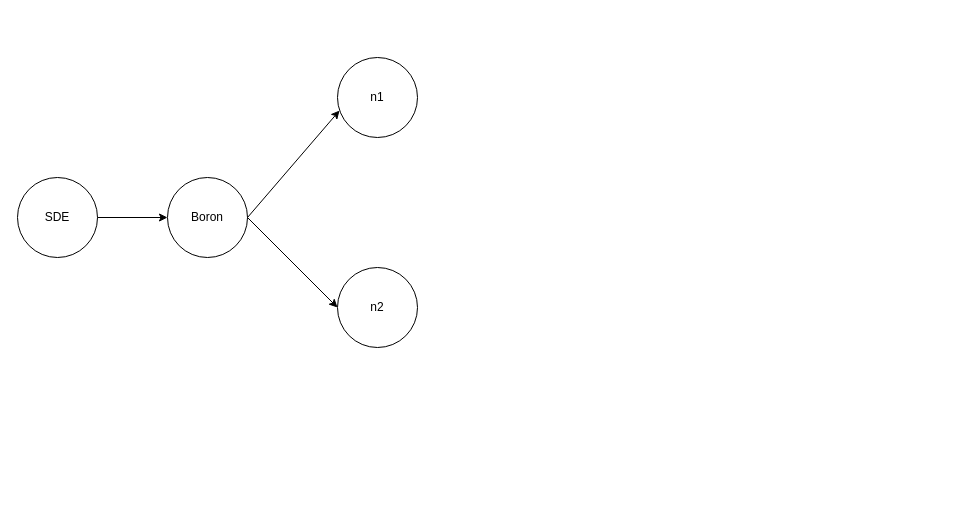
Before: 未命名绘图.drawio in zhangtaohbwh/common, a draw.io diagram. Source tidied: cells renumbered, new cells numbered last; positions are measured from the earlier drawing's top-left corner, leaving out a move shared by most shapes. Both pictures are drawn from the tidied source at 100%, with x=0, y=0 at pixel (17, 57).
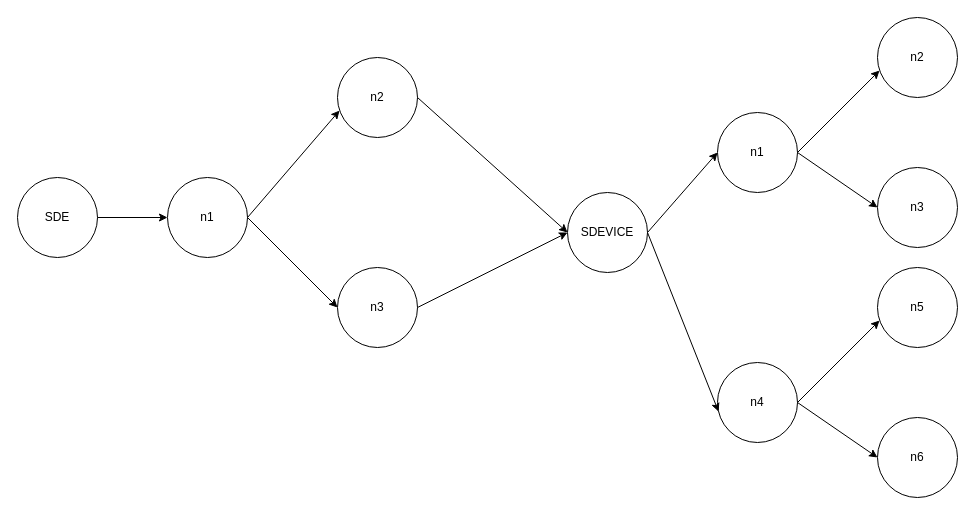
The same page after the edit.

Commit message:
更新未命名绘图.drawio

Change to the diagram source:
```diff
@@
-    <mxCell id="3" value="Boron" style="ellipse;whiteSpace=wrap;html=1;" parent="1" vertex="1">
+    <mxCell id="3" value="n1" style="ellipse;whiteSpace=wrap;html=1;" parent="1" vertex="1">
       <mxGeometry x="150" y="120" width="80" height="80" as="geometry" />
     </mxCell>
-    <mxCell id="4" value="n1" style="ellipse;whiteSpace=wrap;html=1;" parent="1" vertex="1">
+    <mxCell id="4" value="n2" style="ellipse;whiteSpace=wrap;html=1;" parent="1" vertex="1">
       <mxGeometry x="320" width="80" height="80" as="geometry" />
     </mxCell>
-    <mxCell id="5" value="n2" style="ellipse;whiteSpace=wrap;html=1;" parent="1" vertex="1">
+    <mxCell id="5" value="n3" style="ellipse;whiteSpace=wrap;html=1;" parent="1" vertex="1">
       <mxGeometry x="320" y="210" width="80" height="80" as="geometry" />
     </mxCell>
@@
+    <mxCell id="9" value="SDEVICE" style="ellipse;whiteSpace=wrap;html=1;" parent="1" vertex="1">
+      <mxGeometry x="550" y="135" width="80" height="80" as="geometry" />
+    </mxCell>
+    <mxCell id="10" value="n1" style="ellipse;whiteSpace=wrap;html=1;" parent="1" vertex="1">
+      <mxGeometry x="700" y="55" width="80" height="80" as="geometry" />
+    </mxCell>
+    <mxCell id="11" value="n2" style="ellipse;whiteSpace=wrap;html=1;" parent="1" vertex="1">
+      <mxGeometry x="860" y="-40" width="80" height="80" as="geometry" />
+    </mxCell>
+    <mxCell id="12" value="n3" style="ellipse;whiteSpace=wrap;html=1;" parent="1" vertex="1">
+      <mxGeometry x="860" y="110" width="80" height="80" as="geometry" />
+    </mxCell>
+    <mxCell id="13" style="endArrow=classic;html=1;rounded=0;exitX=1;exitY=0.5;exitDx=0;exitDy=0;entryX=0;entryY=0.5;entryDx=0;entryDy=0;" parent="1" edge="1" source="9" target="10">
+      <mxGeometry relative="1" as="geometry" />
+    </mxCell>
+    <mxCell id="14" style="endArrow=classic;html=1;rounded=0;entryX=0.025;entryY=0.663;entryDx=0;entryDy=0;entryPerimeter=0;exitX=1;exitY=0.5;exitDx=0;exitDy=0;" parent="1" edge="1" source="10" target="11">
+      <mxGeometry relative="1" as="geometry" />
+    </mxCell>
+    <mxCell id="15" style="endArrow=classic;html=1;rounded=0;entryX=0;entryY=0.5;entryDx=0;entryDy=0;exitX=1;exitY=0.5;exitDx=0;exitDy=0;" parent="1" edge="1" source="10" target="12">
+      <mxGeometry relative="1" as="geometry" />
+    </mxCell>
+    <mxCell id="16" value="n4" style="ellipse;whiteSpace=wrap;html=1;" parent="1" vertex="1">
+      <mxGeometry x="700" y="305" width="80" height="80" as="geometry" />
+    </mxCell>
+    <mxCell id="17" value="n5" style="ellipse;whiteSpace=wrap;html=1;" parent="1" vertex="1">
+      <mxGeometry x="860" y="210" width="80" height="80" as="geometry" />
+    </mxCell>
+    <mxCell id="18" value="n6" style="ellipse;whiteSpace=wrap;html=1;" parent="1" vertex="1">
+      <mxGeometry x="860" y="360" width="80" height="80" as="geometry" />
+    </mxCell>
+    <mxCell id="19" style="endArrow=classic;html=1;rounded=0;entryX=0.025;entryY=0.663;entryDx=0;entryDy=0;entryPerimeter=0;exitX=1;exitY=0.5;exitDx=0;exitDy=0;" parent="1" edge="1" source="16" target="17">
+      <mxGeometry relative="1" as="geometry" />
+    </mxCell>
+    <mxCell id="20" style="endArrow=classic;html=1;rounded=0;entryX=0;entryY=0.5;entryDx=0;entryDy=0;exitX=1;exitY=0.5;exitDx=0;exitDy=0;" parent="1" edge="1" source="16" target="18">
+      <mxGeometry relative="1" as="geometry" />
+    </mxCell>
+    <mxCell id="21" style="endArrow=classic;html=1;rounded=0;exitX=1;exitY=0.5;exitDx=0;exitDy=0;entryX=0.013;entryY=0.613;entryDx=0;entryDy=0;entryPerimeter=0;" parent="1" edge="1" source="9" target="16">
+      <mxGeometry relative="1" as="geometry" />
+    </mxCell>
+    <mxCell id="22" style="endArrow=classic;html=1;rounded=0;exitX=1;exitY=0.5;exitDx=0;exitDy=0;entryX=0;entryY=0.5;entryDx=0;entryDy=0;" parent="1" edge="1" source="4" target="9">
+      <mxGeometry relative="1" as="geometry" />
+    </mxCell>
+    <mxCell id="23" style="endArrow=classic;html=1;rounded=0;exitX=1;exitY=0.5;exitDx=0;exitDy=0;entryX=0;entryY=0.5;entryDx=0;entryDy=0;" parent="1" edge="1" source="5" target="9">
+      <mxGeometry relative="1" as="geometry" />
+    </mxCell>
```
